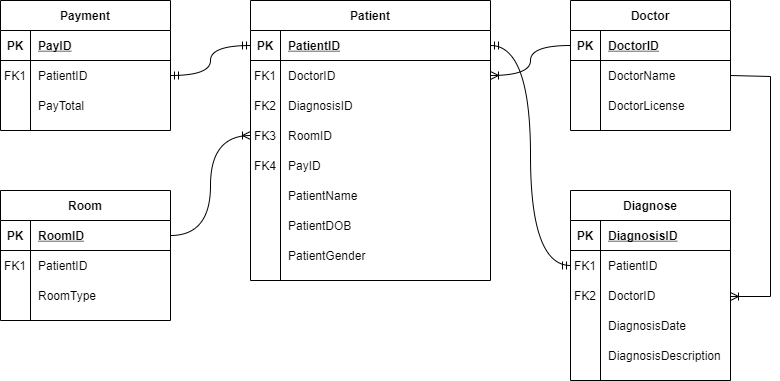
This is ERD/ERD HMS.drawio.png from iannn07/S4-PPT-REST-API-Hospital, a draw.io export, as it was before one commit. Source tidied: cells renumbered, new cells last; positions are measured from the earlier drawing's top-left corner, leaving out a move shared by most shapes.
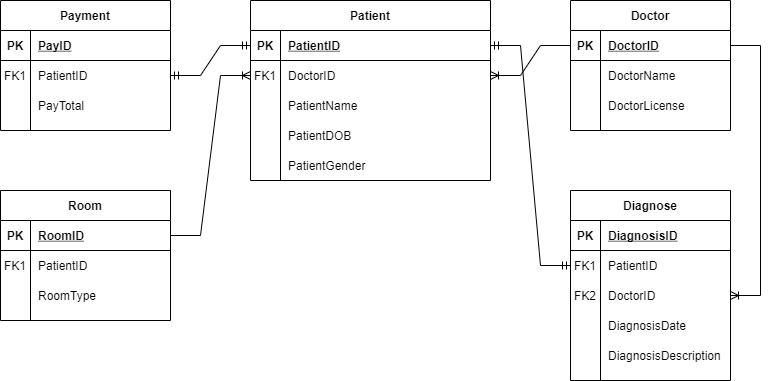
The same diagram one commit later.

Diff of the diagram source:
```diff
@@ -81,7 +81,7 @@
       <mxGeometry x="30" width="130" height="30" as="geometry" />
     </mxCell>
     <mxCell id="28" value="Patient" style="shape=table;startSize=30;rowLines=0;fontStyle=1;align=center;" parent="1" vertex="1">
-      <mxGeometry x="250" width="240" height="280" as="geometry" />
+      <mxGeometry x="250" width="240" height="180" as="geometry" />
     </mxCell>
     <mxCell id="29" style="shape=partialRectangle;fillColor=none;points=[[0,0.5],[1,0.5]];portConstraint=eastwest;top=0;left=0;right=0;bottom=1;" parent="28" vertex="1">
       <mxGeometry y="30" width="240" height="30" as="geometry" />
@@ -101,35 +101,8 @@
     <mxCell id="34" value="DoctorID" style="shape=partialRectangle;overflow=hidden;fillColor=none;top=0;left=0;bottom=0;right=0;align=left;spacingLeft=6;" parent="32" vertex="1">
       <mxGeometry x="30" width="210" height="30" as="geometry" />
     </mxCell>
-    <mxCell id="35" style="shape=partialRectangle;fillColor=none;top=0;left=0;right=0;bottom=0;" parent="28" vertex="1">
-      <mxGeometry y="90" width="240" height="30" as="geometry" />
-    </mxCell>
-    <mxCell id="36" value="FK2" style="shape=partialRectangle;overflow=hidden;fillColor=none;top=0;left=0;bottom=0;right=0;" parent="35" vertex="1">
-      <mxGeometry width="30" height="30" as="geometry" />
-    </mxCell>
-    <mxCell id="37" value="DiagnosisID" style="shape=partialRectangle;overflow=hidden;fillColor=none;top=0;left=0;bottom=0;right=0;align=left;spacingLeft=6;" parent="35" vertex="1">
-      <mxGeometry x="30" width="210" height="30" as="geometry" />
-    </mxCell>
-    <mxCell id="38" style="shape=partialRectangle;fillColor=none;points=[[0,0.5],[1,0.5]];portConstraint=eastwest;top=0;left=0;right=0;bottom=0;" parent="28" vertex="1">
-      <mxGeometry y="120" width="240" height="30" as="geometry" />
-    </mxCell>
-    <mxCell id="39" value="FK3" style="shape=partialRectangle;overflow=hidden;fillColor=none;top=0;left=0;bottom=0;right=0;" parent="38" vertex="1">
-      <mxGeometry width="30" height="30" as="geometry" />
-    </mxCell>
-    <mxCell id="40" value="RoomID" style="shape=partialRectangle;overflow=hidden;fillColor=none;top=0;left=0;bottom=0;right=0;align=left;spacingLeft=6;" parent="38" vertex="1">
-      <mxGeometry x="30" width="210" height="30" as="geometry" />
-    </mxCell>
-    <mxCell id="41" style="shape=partialRectangle;fillColor=none;top=0;left=0;right=0;bottom=0;" parent="28" vertex="1">
-      <mxGeometry y="150" width="240" height="30" as="geometry" />
-    </mxCell>
-    <mxCell id="42" value="FK4" style="shape=partialRectangle;overflow=hidden;fillColor=none;top=0;left=0;bottom=0;right=0;" parent="41" vertex="1">
-      <mxGeometry width="30" height="30" as="geometry" />
-    </mxCell>
-    <mxCell id="43" value="PayID" style="shape=partialRectangle;overflow=hidden;fillColor=none;top=0;left=0;bottom=0;right=0;align=left;spacingLeft=6;" parent="41" vertex="1">
-      <mxGeometry x="30" width="210" height="30" as="geometry" />
-    </mxCell>
     <mxCell id="44" style="shape=partialRectangle;fillColor=none;top=0;left=0;right=0;bottom=0;" parent="28" vertex="1">
-      <mxGeometry y="180" width="240" height="30" as="geometry" />
+      <mxGeometry y="90" width="240" height="30" as="geometry" />
     </mxCell>
     <mxCell id="45" style="shape=partialRectangle;overflow=hidden;fillColor=none;top=0;left=0;bottom=0;right=0;" parent="44" vertex="1">
       <mxGeometry width="30" height="30" as="geometry" />
@@ -138,7 +111,7 @@
       <mxGeometry x="30" width="210" height="30" as="geometry" />
     </mxCell>
     <mxCell id="47" style="shape=partialRectangle;fillColor=none;top=0;left=0;right=0;bottom=0;" parent="28" vertex="1">
-      <mxGeometry y="210" width="240" height="30" as="geometry" />
+      <mxGeometry y="120" width="240" height="30" as="geometry" />
     </mxCell>
     <mxCell id="48" style="shape=partialRectangle;overflow=hidden;fillColor=none;top=0;left=0;bottom=0;right=0;" parent="47" vertex="1">
       <mxGeometry width="30" height="30" as="geometry" />
@@ -147,7 +120,7 @@
       <mxGeometry x="30" width="210" height="30" as="geometry" />
     </mxCell>
     <mxCell id="50" style="shape=partialRectangle;fillColor=none;top=0;left=0;right=0;bottom=0;" parent="28" vertex="1">
-      <mxGeometry y="240" width="240" height="30" as="geometry" />
+      <mxGeometry y="150" width="240" height="30" as="geometry" />
     </mxCell>
     <mxCell id="51" style="shape=partialRectangle;overflow=hidden;fillColor=none;top=0;left=0;bottom=0;right=0;" parent="50" vertex="1">
       <mxGeometry width="30" height="30" as="geometry" />
@@ -215,26 +188,20 @@
     <mxCell id="72" value="PayTotal" style="shape=partialRectangle;overflow=hidden;fillColor=none;top=0;left=0;bottom=0;right=0;align=left;spacingLeft=6;" parent="70" vertex="1">
       <mxGeometry x="30" width="140" height="30" as="geometry" />
     </mxCell>
-    <mxCell id="73" style="edgeStyle=orthogonalEdgeStyle;fontSize=12;html=1;endArrow=ERoneToMany;rounded=0;exitX=1;exitY=0.5;exitDx=0;exitDy=0;entryX=1;entryY=0.5;entryDx=0;entryDy=0;" parent="1" edge="1" source="6" target="19">
-      <mxGeometry relative="1" as="geometry">
-        <Array as="points">
-          <mxPoint x="770" y="76" />
-          <mxPoint x="770" y="296" />
-          <mxPoint x="730" y="296" />
-        </Array>
-      </mxGeometry>
-    </mxCell>
+    <mxCell id="76" style="edgeStyle=entityRelationEdgeStyle;fontSize=12;html=1;endArrow=ERmandOne;startArrow=ERmandOne;rounded=0;exitX=1;exitY=0.5;exitDx=0;exitDy=0;entryX=0;entryY=0.5;entryDx=0;entryDy=0;" parent="1" edge="1" source="67" target="29">
+      <mxGeometry relative="1" as="geometry" />
+    </mxCell>
+    <mxCell id="78" style="edgeStyle=entityRelationEdgeStyle;fontSize=12;html=1;endArrow=ERmandOne;startArrow=ERmandOne;rounded=0;exitX=0;exitY=0.5;exitDx=0;exitDy=0;entryX=1;entryY=0.5;entryDx=0;entryDy=0;" parent="1" edge="1" source="16" target="29">
+      <mxGeometry relative="1" as="geometry" />
+    </mxCell>
-    <mxCell id="74" style="edgeStyle=orthogonalEdgeStyle;fontSize=12;html=1;endArrow=ERoneToMany;rounded=0;exitX=0;exitY=0.5;exitDx=0;exitDy=0;entryX=1;entryY=0.5;entryDx=0;entryDy=0;curved=1;" parent="1" edge="1" source="3" target="32">
+    <mxCell id="74" style="edgeStyle=entityRelationEdgeStyle;fontSize=12;html=1;endArrow=ERoneToMany;rounded=0;entryX=1;entryY=0.5;entryDx=0;entryDy=0;exitX=0;exitY=0.5;exitDx=0;exitDy=0;" parent="1" edge="1" source="3" target="32">
       <mxGeometry relative="1" as="geometry" />
     </mxCell>
-    <mxCell id="75" style="edgeStyle=orthogonalEdgeStyle;fontSize=12;html=1;endArrow=ERmandOne;startArrow=ERmandOne;rounded=0;exitX=1;exitY=0.5;exitDx=0;exitDy=0;entryX=0;entryY=0.5;entryDx=0;entryDy=0;curved=1;" parent="1" edge="1" source="29" target="16">
-      <mxGeometry relative="1" as="geometry" />
-    </mxCell>
-    <mxCell id="76" style="edgeStyle=orthogonalEdgeStyle;fontSize=12;html=1;endArrow=ERmandOne;startArrow=ERmandOne;rounded=0;curved=1;exitX=1;exitY=0.5;exitDx=0;exitDy=0;entryX=0;entryY=0.5;entryDx=0;entryDy=0;" parent="1" edge="1" source="67" target="29">
-      <mxGeometry relative="1" as="geometry" />
-    </mxCell>
-    <mxCell id="77" style="edgeStyle=orthogonalEdgeStyle;fontSize=12;html=1;endArrow=ERoneToMany;rounded=0;curved=1;exitX=1;exitY=0.5;exitDx=0;exitDy=0;entryX=0;entryY=0.5;entryDx=0;entryDy=0;" parent="1" edge="1" source="54" target="38">
-      <mxGeometry relative="1" as="geometry" />
-    </mxCell>
+    <mxCell id="79" style="edgeStyle=entityRelationEdgeStyle;fontSize=12;html=1;endArrow=ERoneToMany;rounded=0;entryX=1;entryY=0.5;entryDx=0;entryDy=0;exitX=1;exitY=0.5;exitDx=0;exitDy=0;" parent="1" edge="1" source="3" target="19">
+      <mxGeometry relative="1" as="geometry" />
+    </mxCell>
+    <mxCell id="80" style="edgeStyle=entityRelationEdgeStyle;fontSize=12;html=1;endArrow=ERoneToMany;rounded=0;exitX=1;exitY=0.5;exitDx=0;exitDy=0;entryX=0;entryY=0.5;entryDx=0;entryDy=0;" parent="1" edge="1" source="54" target="32">
+      <mxGeometry relative="1" as="geometry" />
+    </mxCell>
   </root>
 </mxGraphModel>
```
